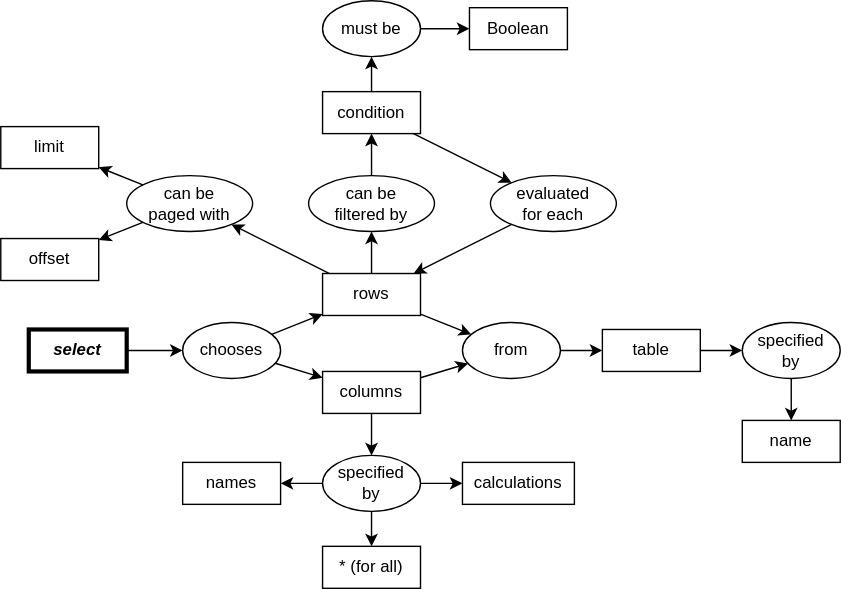
This is docs/img/concept_map_select.svg from gvwilson/sql-tutorial, a draw.io export, as it was before one commit. Source tidied: cells renumbered, new cells last; positions are measured from the earlier drawing's top-left corner, leaving out a move shared by most shapes.
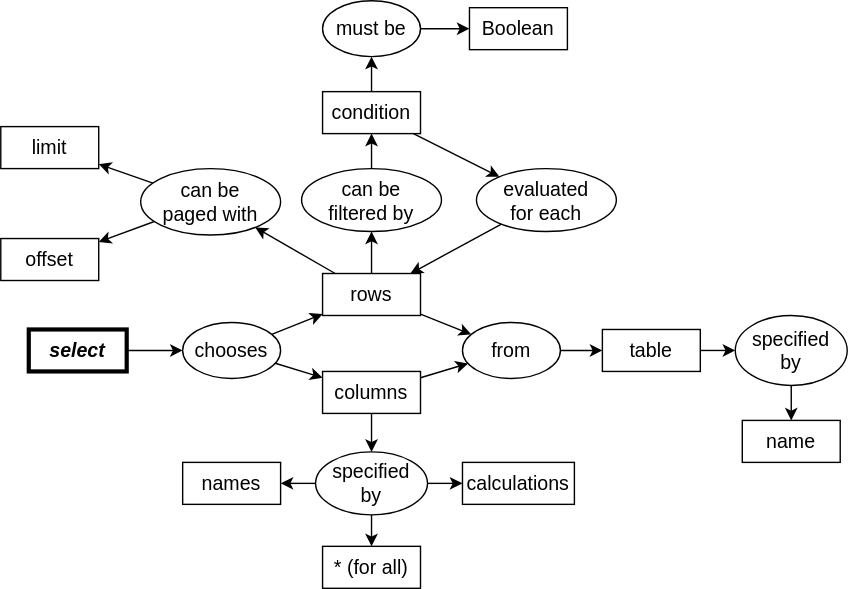
After the change.

Change to the diagram source:
```diff
@@ -2,127 +2,127 @@
   <root>
     <mxCell id="0" />
     <mxCell id="1" parent="0" />
-    <mxCell id="2" value="&lt;i&gt;&lt;b&gt;select&lt;/b&gt;&lt;/i&gt;" style="rounded=0;whiteSpace=wrap;html=1;fillColor=none;strokeWidth=3;" parent="1" vertex="1">
+    <mxCell id="2" value="&lt;i style=&quot;font-size: 14px;&quot;&gt;&lt;b style=&quot;font-size: 14px;&quot;&gt;select&lt;/b&gt;&lt;/i&gt;" style="rounded=0;whiteSpace=wrap;html=1;fillColor=none;strokeWidth=3;fontSize=14;" parent="1" vertex="1">
       <mxGeometry x="20" y="235" width="70" height="30" as="geometry" />
     </mxCell>
-    <mxCell id="3" value="rows" style="rounded=0;whiteSpace=wrap;html=1;fillColor=none;" parent="1" vertex="1">
+    <mxCell id="3" value="rows" style="rounded=0;whiteSpace=wrap;html=1;fillColor=none;fontSize=14;" parent="1" vertex="1">
       <mxGeometry x="230" y="195" width="70" height="30" as="geometry" />
     </mxCell>
-    <mxCell id="4" value="columns" style="rounded=0;whiteSpace=wrap;html=1;fillColor=none;" parent="1" vertex="1">
+    <mxCell id="4" value="columns" style="rounded=0;whiteSpace=wrap;html=1;fillColor=none;fontSize=14;" parent="1" vertex="1">
       <mxGeometry x="230" y="265" width="70" height="30" as="geometry" />
     </mxCell>
-    <mxCell id="5" value="table" style="rounded=0;whiteSpace=wrap;html=1;fillColor=none;" parent="1" vertex="1">
+    <mxCell id="5" value="table" style="rounded=0;whiteSpace=wrap;html=1;fillColor=none;fontSize=14;" parent="1" vertex="1">
       <mxGeometry x="430" y="235" width="70" height="30" as="geometry" />
     </mxCell>
-    <mxCell id="6" style="endArrow=classic;html=1;rounded=0;" parent="1" edge="1" source="2" target="9">
+    <mxCell id="6" style="endArrow=classic;html=1;rounded=0;fontSize=14;" parent="1" edge="1" source="2" target="9">
       <mxGeometry relative="1" as="geometry" />
     </mxCell>
-    <mxCell id="7" style="endArrow=classic;html=1;rounded=0;" parent="1" edge="1" source="9" target="3">
+    <mxCell id="7" style="endArrow=classic;html=1;rounded=0;fontSize=14;" parent="1" edge="1" source="9" target="3">
       <mxGeometry relative="1" as="geometry" />
     </mxCell>
-    <mxCell id="8" style="endArrow=classic;html=1;rounded=0;" parent="1" edge="1" source="9" target="4">
+    <mxCell id="8" style="endArrow=classic;html=1;rounded=0;fontSize=14;" parent="1" edge="1" source="9" target="4">
       <mxGeometry relative="1" as="geometry" />
     </mxCell>
-    <mxCell id="9" value="chooses" style="ellipse;whiteSpace=wrap;html=1;fillColor=none;" parent="1" vertex="1">
+    <mxCell id="9" value="chooses" style="ellipse;whiteSpace=wrap;html=1;fillColor=none;fontSize=14;" parent="1" vertex="1">
       <mxGeometry x="130" y="230" width="70" height="40" as="geometry" />
     </mxCell>
-    <mxCell id="10" value="from" style="ellipse;whiteSpace=wrap;html=1;fillColor=none;" parent="1" vertex="1">
+    <mxCell id="10" value="from" style="ellipse;whiteSpace=wrap;html=1;fillColor=none;fontSize=14;" parent="1" vertex="1">
       <mxGeometry x="330" y="230" width="70" height="40" as="geometry" />
     </mxCell>
-    <mxCell id="11" style="endArrow=classic;html=1;rounded=0;" parent="1" edge="1" source="3" target="10">
+    <mxCell id="11" style="endArrow=classic;html=1;rounded=0;fontSize=14;" parent="1" edge="1" source="3" target="10">
       <mxGeometry relative="1" as="geometry" />
     </mxCell>
-    <mxCell id="12" style="endArrow=classic;html=1;rounded=0;" parent="1" edge="1" source="4" target="10">
+    <mxCell id="12" style="endArrow=classic;html=1;rounded=0;fontSize=14;" parent="1" edge="1" source="4" target="10">
       <mxGeometry relative="1" as="geometry" />
     </mxCell>
-    <mxCell id="13" style="endArrow=classic;html=1;rounded=0;" parent="1" edge="1" source="10" target="5">
+    <mxCell id="13" style="endArrow=classic;html=1;rounded=0;fontSize=14;" parent="1" edge="1" source="10" target="5">
       <mxGeometry relative="1" as="geometry" />
     </mxCell>
-    <mxCell id="14" value="specified&lt;br&gt;by" style="ellipse;whiteSpace=wrap;html=1;fillColor=none;" parent="1" vertex="1">
-      <mxGeometry x="230" y="325" width="70" height="40" as="geometry" />
+    <mxCell id="14" value="specified&lt;br style=&quot;font-size: 14px;&quot;&gt;by" style="ellipse;whiteSpace=wrap;html=1;fillColor=none;fontSize=14;" parent="1" vertex="1">
+      <mxGeometry x="225" y="322.5" width="80" height="45" as="geometry" />
     </mxCell>
-    <mxCell id="15" style="endArrow=classic;html=1;rounded=0;" parent="1" edge="1" source="4" target="14">
+    <mxCell id="15" style="endArrow=classic;html=1;rounded=0;fontSize=14;" parent="1" edge="1" source="4" target="14">
       <mxGeometry relative="1" as="geometry" />
     </mxCell>
-    <mxCell id="16" value="names" style="rounded=0;whiteSpace=wrap;html=1;fillColor=none;" parent="1" vertex="1">
+    <mxCell id="16" value="names" style="rounded=0;whiteSpace=wrap;html=1;fillColor=none;fontSize=14;" parent="1" vertex="1">
       <mxGeometry x="130" y="330" width="70" height="30" as="geometry" />
     </mxCell>
-    <mxCell id="17" style="endArrow=classic;html=1;rounded=0;" parent="1" edge="1" source="14" target="16">
+    <mxCell id="17" style="endArrow=classic;html=1;rounded=0;fontSize=14;" parent="1" edge="1" source="14" target="16">
       <mxGeometry relative="1" as="geometry" />
     </mxCell>
-    <mxCell id="18" value="* (for all)" style="rounded=0;whiteSpace=wrap;html=1;fillColor=none;" parent="1" vertex="1">
+    <mxCell id="18" value="* (for all)" style="rounded=0;whiteSpace=wrap;html=1;fillColor=none;fontSize=14;" parent="1" vertex="1">
       <mxGeometry x="230" y="390" width="70" height="30" as="geometry" />
     </mxCell>
-    <mxCell id="19" style="endArrow=classic;html=1;rounded=0;" parent="1" edge="1" source="14" target="18">
+    <mxCell id="19" style="endArrow=classic;html=1;rounded=0;fontSize=14;" parent="1" edge="1" source="14" target="18">
       <mxGeometry relative="1" as="geometry" />
     </mxCell>
-    <mxCell id="20" value="specified&lt;br&gt;by" style="ellipse;whiteSpace=wrap;html=1;fillColor=none;" parent="1" vertex="1">
-      <mxGeometry x="530" y="230" width="70" height="40" as="geometry" />
+    <mxCell id="20" value="specified&lt;br style=&quot;font-size: 14px;&quot;&gt;by" style="ellipse;whiteSpace=wrap;html=1;fillColor=none;fontSize=14;" parent="1" vertex="1">
+      <mxGeometry x="525" y="225" width="80" height="50" as="geometry" />
     </mxCell>
-    <mxCell id="21" style="endArrow=classic;html=1;rounded=0;" parent="1" edge="1" source="5" target="20">
+    <mxCell id="21" style="endArrow=classic;html=1;rounded=0;fontSize=14;" parent="1" edge="1" source="5" target="20">
       <mxGeometry relative="1" as="geometry" />
     </mxCell>
-    <mxCell id="22" value="name" style="rounded=0;whiteSpace=wrap;html=1;fillColor=none;" parent="1" vertex="1">
+    <mxCell id="22" value="name" style="rounded=0;whiteSpace=wrap;html=1;fillColor=none;fontSize=14;" parent="1" vertex="1">
       <mxGeometry x="530" y="300" width="70" height="30" as="geometry" />
     </mxCell>
-    <mxCell id="23" style="endArrow=classic;html=1;rounded=0;" parent="1" edge="1" source="20" target="22">
+    <mxCell id="23" style="endArrow=classic;html=1;rounded=0;fontSize=14;" parent="1" edge="1" source="20" target="22">
       <mxGeometry relative="1" as="geometry" />
     </mxCell>
-    <mxCell id="24" value="can be&lt;br&gt;filtered by" style="ellipse;whiteSpace=wrap;html=1;fillColor=none;" parent="1" vertex="1">
-      <mxGeometry x="220" y="125" width="90" height="40" as="geometry" />
+    <mxCell id="24" value="can be&lt;br style=&quot;font-size: 14px;&quot;&gt;filtered by" style="ellipse;whiteSpace=wrap;html=1;fillColor=none;fontSize=14;" parent="1" vertex="1">
+      <mxGeometry x="215" y="120" width="100" height="45" as="geometry" />
     </mxCell>
-    <mxCell id="25" style="endArrow=classic;html=1;rounded=0;" parent="1" edge="1" source="3" target="24">
+    <mxCell id="25" style="endArrow=classic;html=1;rounded=0;fontSize=14;" parent="1" edge="1" source="3" target="24">
       <mxGeometry relative="1" as="geometry" />
     </mxCell>
-    <mxCell id="26" value="condition" style="rounded=0;whiteSpace=wrap;html=1;fillColor=none;" parent="1" vertex="1">
+    <mxCell id="26" value="condition" style="rounded=0;whiteSpace=wrap;html=1;fillColor=none;fontSize=14;" parent="1" vertex="1">
       <mxGeometry x="230" y="65" width="70" height="30" as="geometry" />
     </mxCell>
-    <mxCell id="27" style="endArrow=classic;html=1;rounded=0;" parent="1" edge="1" source="24" target="26">
+    <mxCell id="27" style="endArrow=classic;html=1;rounded=0;fontSize=14;" parent="1" edge="1" source="24" target="26">
       <mxGeometry relative="1" as="geometry" />
     </mxCell>
-    <mxCell id="28" value="evaluated&lt;br&gt;for each" style="ellipse;whiteSpace=wrap;html=1;fillColor=none;" parent="1" vertex="1">
-      <mxGeometry x="350" y="125" width="90" height="40" as="geometry" />
+    <mxCell id="28" value="evaluated&lt;br style=&quot;font-size: 14px;&quot;&gt;for each" style="ellipse;whiteSpace=wrap;html=1;fillColor=none;fontSize=14;" parent="1" vertex="1">
+      <mxGeometry x="340" y="120" width="100" height="45" as="geometry" />
     </mxCell>
-    <mxCell id="29" style="endArrow=classic;html=1;rounded=0;" parent="1" edge="1" source="26" target="28">
+    <mxCell id="29" style="endArrow=classic;html=1;rounded=0;fontSize=14;" parent="1" edge="1" source="26" target="28">
       <mxGeometry relative="1" as="geometry" />
     </mxCell>
-    <mxCell id="30" style="endArrow=classic;html=1;rounded=0;" parent="1" edge="1" source="28" target="3">
+    <mxCell id="30" style="endArrow=classic;html=1;rounded=0;fontSize=14;" parent="1" edge="1" source="28" target="3">
       <mxGeometry relative="1" as="geometry" />
     </mxCell>
-    <mxCell id="31" value="must be" style="ellipse;whiteSpace=wrap;html=1;fillColor=none;" parent="1" vertex="1">
+    <mxCell id="31" value="must be" style="ellipse;whiteSpace=wrap;html=1;fillColor=none;fontSize=14;" parent="1" vertex="1">
       <mxGeometry x="230" width="70" height="40" as="geometry" />
     </mxCell>
-    <mxCell id="32" style="endArrow=classic;html=1;rounded=0;" parent="1" edge="1" source="26" target="31">
+    <mxCell id="32" style="endArrow=classic;html=1;rounded=0;fontSize=14;" parent="1" edge="1" source="26" target="31">
       <mxGeometry relative="1" as="geometry" />
     </mxCell>
-    <mxCell id="33" value="Boolean" style="rounded=0;whiteSpace=wrap;html=1;fillColor=none;" parent="1" vertex="1">
+    <mxCell id="33" value="Boolean" style="rounded=0;whiteSpace=wrap;html=1;fillColor=none;fontSize=14;" parent="1" vertex="1">
       <mxGeometry x="335" y="5" width="70" height="30" as="geometry" />
     </mxCell>
-    <mxCell id="34" style="endArrow=classic;html=1;rounded=0;" parent="1" edge="1" source="31" target="33">
+    <mxCell id="34" style="endArrow=classic;html=1;rounded=0;fontSize=14;" parent="1" edge="1" source="31" target="33">
       <mxGeometry relative="1" as="geometry" />
     </mxCell>
-    <mxCell id="35" value="can be&lt;br&gt;paged with" style="ellipse;whiteSpace=wrap;html=1;fillColor=none;" parent="1" vertex="1">
-      <mxGeometry x="90" y="125" width="90" height="40" as="geometry" />
+    <mxCell id="35" value="can be&lt;br style=&quot;font-size: 14px;&quot;&gt;paged with" style="ellipse;whiteSpace=wrap;html=1;fillColor=none;fontSize=14;" parent="1" vertex="1">
+      <mxGeometry x="100" y="120" width="100" height="47.5" as="geometry" />
     </mxCell>
-    <mxCell id="36" style="endArrow=classic;html=1;rounded=0;" parent="1" edge="1" source="3" target="35">
+    <mxCell id="36" style="endArrow=classic;html=1;rounded=0;fontSize=14;" parent="1" edge="1" source="3" target="35">
       <mxGeometry relative="1" as="geometry" />
     </mxCell>
-    <mxCell id="37" value="limit" style="rounded=0;whiteSpace=wrap;html=1;fillColor=none;" parent="1" vertex="1">
+    <mxCell id="37" value="limit" style="rounded=0;whiteSpace=wrap;html=1;fillColor=none;fontSize=14;" parent="1" vertex="1">
       <mxGeometry y="90" width="70" height="30" as="geometry" />
     </mxCell>
-    <mxCell id="38" style="endArrow=classic;html=1;rounded=0;" parent="1" edge="1" source="35" target="37">
+    <mxCell id="38" style="endArrow=classic;html=1;rounded=0;fontSize=14;" parent="1" edge="1" source="35" target="37">
       <mxGeometry relative="1" as="geometry" />
     </mxCell>
-    <mxCell id="39" value="offset" style="rounded=0;whiteSpace=wrap;html=1;fillColor=none;" parent="1" vertex="1">
+    <mxCell id="39" value="offset" style="rounded=0;whiteSpace=wrap;html=1;fillColor=none;fontSize=14;" parent="1" vertex="1">
       <mxGeometry y="170" width="70" height="30" as="geometry" />
     </mxCell>
-    <mxCell id="40" style="endArrow=classic;html=1;rounded=0;" parent="1" edge="1" source="35" target="39">
+    <mxCell id="40" style="endArrow=classic;html=1;rounded=0;fontSize=14;" parent="1" edge="1" source="35" target="39">
       <mxGeometry relative="1" as="geometry" />
     </mxCell>
-    <mxCell id="41" value="calculations" style="rounded=0;whiteSpace=wrap;html=1;fillColor=none;" parent="1" vertex="1">
+    <mxCell id="41" value="calculations" style="rounded=0;whiteSpace=wrap;html=1;fillColor=none;fontSize=14;" parent="1" vertex="1">
       <mxGeometry x="330" y="330" width="80" height="30" as="geometry" />
     </mxCell>
-    <mxCell id="42" style="endArrow=classic;html=1;rounded=0;" parent="1" edge="1" source="14" target="41">
+    <mxCell id="42" style="endArrow=classic;html=1;rounded=0;fontSize=14;" parent="1" edge="1" source="14" target="41">
       <mxGeometry relative="1" as="geometry" />
     </mxCell>
   </root>
```
